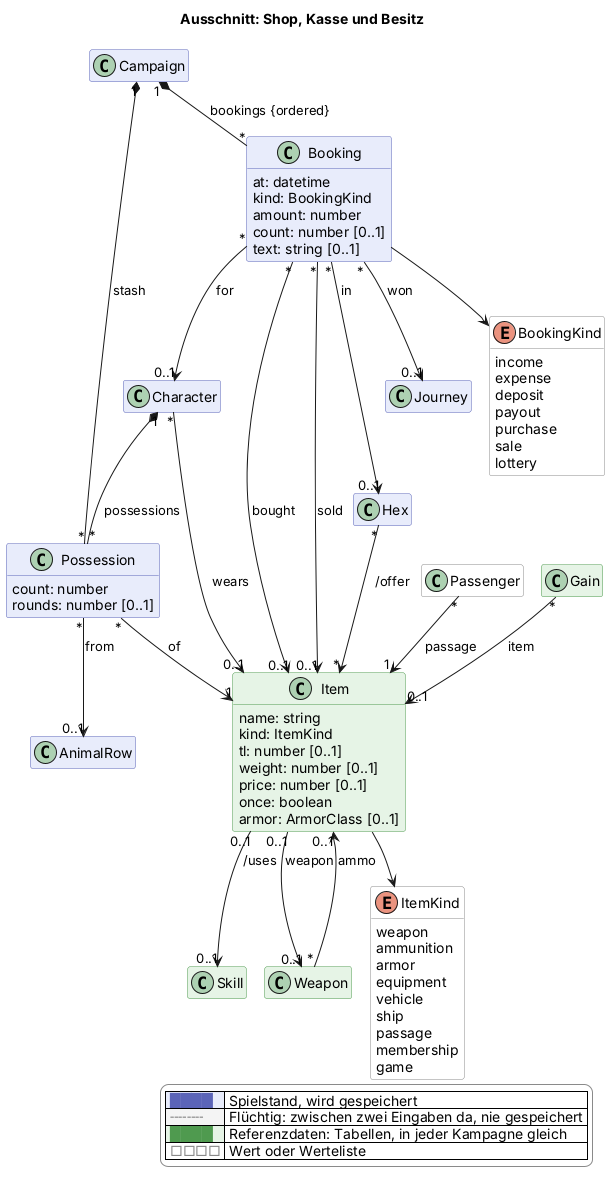
Above: docs/views/shop.png in scuzzar/SRE (PlantUML), before the change. Its diagram source:
```plantuml
@startuml
!if %not(%variable_exists("$change"))
!$change = "*"
!endif
!function $marked($c)
!return $change == "*" || $change == $c
!endfunction
!function $new($c, $t)
!if $marked($c)
!return "<color:#d0021b><b>" + $t + "</b></color>"
!endif
!return $t
!endfunction
!procedure $gone($c, $t)
!if $marked($c)
<color:#d0021b><s>$t</s></color>
!endif
!endprocedure
!function $newClass($c)
!if $marked($c)
!return "#line:d0021b;line.bold"
!endif
!return ""
!endfunction
!function $newArrow($c)
!if $marked($c)
!return "[#d0021b,bold]"
!endif
!return ""
!endfunction
!function $goneArrow($c)
!if $marked($c)
!return "[#d0021b,dashed]"
!endif
!return ""
!endfunction
!pragma layout smetana
title Ausschnitt: Shop, Kasse und Besitz
hide empty members
hide methods
skinparam classAttributeIconSize 0
skinparam shadowing false
skinparam packageStyle rectangle
skinparam class {
  BackgroundColor #e8ecfb
  BorderColor #5b64b8
  BackgroundColor<<transient>> #f4f4f4
  BorderColor<<transient>> #8a8a8a
  BackgroundColor<<reference>> #e6f4e6
  BorderColor<<reference>> #4f9a4f
  BackgroundColor<<value>> #ffffff
  BorderColor<<value>> #8a8a8a
}
skinparam legendBackgroundColor #ffffff
skinparam legendBorderColor #8a8a8a
<style>
classDiagram {
  class {
    .transient {
      LineStyle 5-3
    }
  }
}
</style>
hide <<transient>> stereotype
hide <<reference>> stereotype
hide <<value>> stereotype

  class Campaign $kampagne
  class Booking $shop {
    at: datetime
    kind: BookingKind
    amount: number
    count: number [0..1]
    text: string [0..1]
  }
  enum BookingKind <<value>> $shop {
    income
    expense
    deposit
    payout
    purchase
    sale
    lottery
  }
  class Character $charakter
  class Possession $shop {
    count: number
    rounds: number [0..1]
  }


  class Hex $sektor


  class Journey $reise
  class Passenger <<value>> $reise

  class AnimalRow $begegnung

  class Skill <<reference>> $charakter
  class Gain <<reference>> $erschaffung
  class Item <<reference>> $shop {
    name: string
    kind: ItemKind
    tl: number [0..1]
    weight: number [0..1]
    price: number [0..1]
    once: boolean
    armor: ArmorClass [0..1]
  }
  class Weapon <<reference>> $kampf
  enum ItemKind <<value>> $shop {
    weapon
    ammunition
    armor
    equipment
    vehicle
    ship
    passage
    membership
    game
  }

Campaign "1" *-- "*" Booking : bookings {ordered}
Booking "*" --> "0..1" Character : for
Booking "*" --> "0..1" Item : bought
Booking "*" --> "0..1" Item : sold
Booking "*" --> "0..1" Hex : in
Booking --> BookingKind

Passenger "*" --> "1" Item : passage
Booking "*" --> "0..1" Journey : won


Gain "*" --> "0..1" Item : item


Character "1" *-- "*" Possession : possessions
Campaign "1" *-- "*" Possession : stash
Possession "*" --> "1" Item : of
Item --> ItemKind
Item "0..1" --> "0..1" Skill : /uses
Item "0..1" --> "0..1" Weapon : weapon

Weapon "*" --> "0..1" Item : ammo
Hex "*" --> "*" Item : /offer

Possession "*" --> "0..1" AnimalRow : from



Character "*" --> "0..1" Item : wears



legend right
  |<#e8ecfb> <color:#5b64b8>████</color> | Spielstand, wird gespeichert |
  |<#f4f4f4> <color:#8a8a8a>╌╌╌╌</color> | Flüchtig: zwischen zwei Eingaben da, nie gespeichert |
  |<#e6f4e6> <color:#4f9a4f>████</color> | Referenzdaten: Tabellen, in jeder Kampagne gleich |
  |<#ffffff> <color:#8a8a8a>□□□□</color> | Wert oder Werteliste |
endlegend
@enduml
```
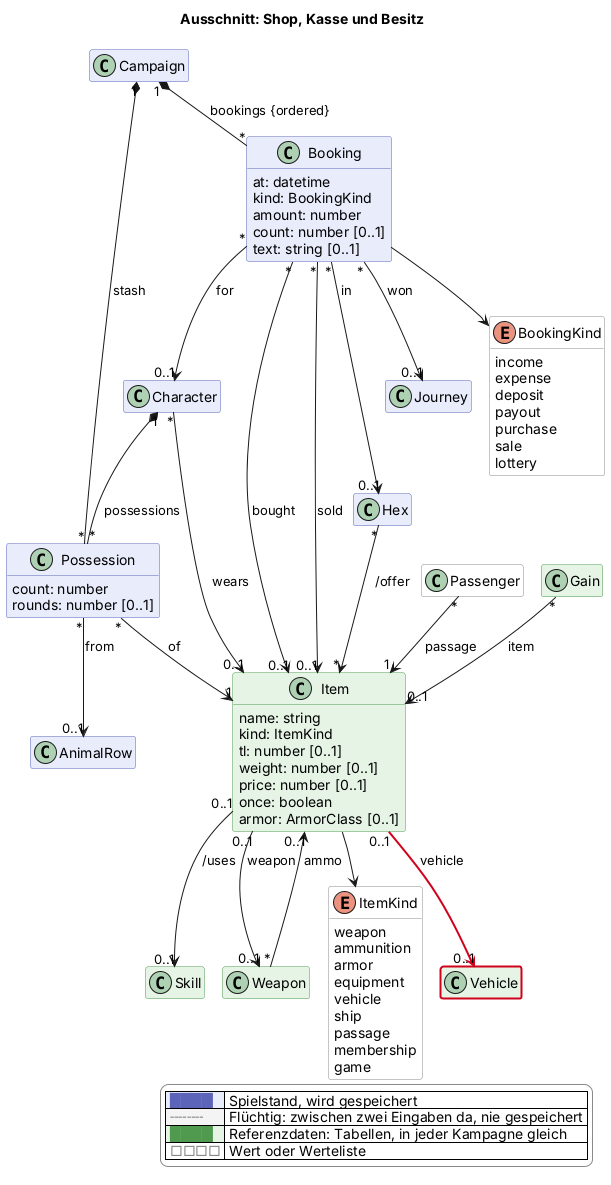
The same diagram one commit later.

Diff of the diagram source:
```diff
@@ -121,6 +121,7 @@
     membership
     game
   }
+  class Vehicle <<reference>> $logistik $newClass("2026-11-15")
 
 Campaign "1" *-- "*" Booking : bookings {ordered}
 Booking "*" --> "0..1" Character : for
@@ -135,6 +136,7 @@
 
 Gain "*" --> "0..1" Item : item
 
+Item "0..1" -$newArrow("2026-11-15")-> "0..1" Vehicle : vehicle
 
 Character "1" *-- "*" Possession : possessions
 Campaign "1" *-- "*" Possession : stash
```
